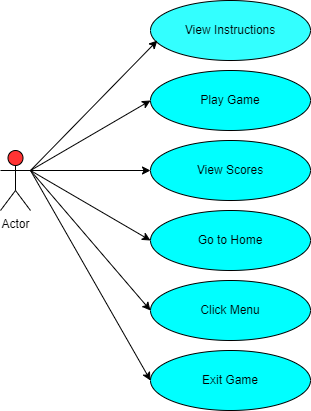
The draw.io diagram 2_Architecture/behavior Diagrams/UsecaseDiagram.drawio.png in Karthikeyan1411/M1_Game_Quiz, before a commit. Source tidied: cells renumbered, new cells last; positions are measured from the earlier drawing's top-left corner, leaving out a move shared by most shapes.
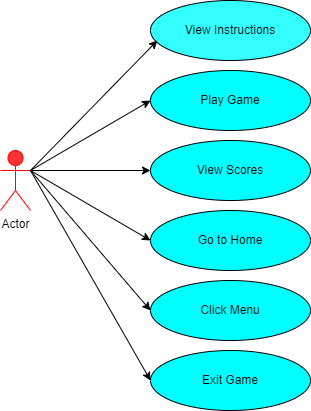
Above is the later version.

Diff of the diagram source:
```diff
@@ -2,7 +2,7 @@
   <root>
     <mxCell id="0" />
     <mxCell id="1" parent="0" />
-    <mxCell id="2" value="Actor" style="shape=umlActor;verticalLabelPosition=bottom;verticalAlign=top;html=1;fillColor=#FF3333;" parent="1" vertex="1">
+    <mxCell id="2" value="Actor" style="shape=umlActor;verticalLabelPosition=bottom;verticalAlign=top;html=1;fillColor=#FF3333;strokeColor=#FF0000;" parent="1" vertex="1">
       <mxGeometry y="150" width="30" height="60" as="geometry" />
     </mxCell>
     <mxCell id="3" value="View Instructions" style="ellipse;whiteSpace=wrap;html=1;fillColor=#33FFFF;" parent="1" vertex="1">
```
